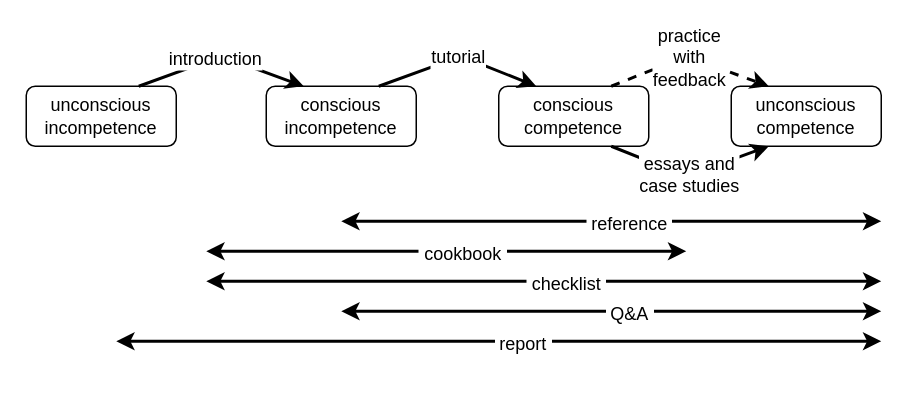
gvwilson/thirdbit keeps this draw.io diagram as files/2019/04/materials.drawio. Above is the earlier version. Source tidied: cells renumbered, new cells numbered last; positions are measured from the earlier drawing's top-left corner, leaving out a move shared by most shapes. Both pictures are drawn from the tidied source at 150%, with x=0, y=0 at pixel (26, 56).
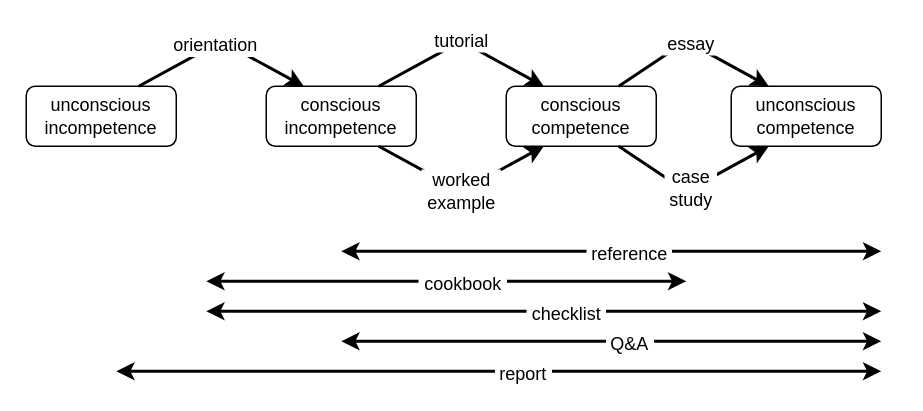
Above is the later version.

Unchanged cells that the change refers to:
```xml
<mxCell id="2" value="unconscious incompetence" style="rounded=1;whiteSpace=wrap;html=1;" parent="1" vertex="1">
  <mxGeometry y="20" width="100" height="40" as="geometry" />
</mxCell>
<mxCell id="3" value="conscious incompetence" style="rounded=1;whiteSpace=wrap;html=1;" parent="1" vertex="1">
  <mxGeometry x="160" y="20" width="100" height="40" as="geometry" />
</mxCell>
<mxCell id="5" value="unconscious competence" style="rounded=1;whiteSpace=wrap;html=1;" parent="1" vertex="1">
  <mxGeometry x="470" y="20" width="100" height="40" as="geometry" />
</mxCell>
```

Diff of the diagram source:
```diff
@@
     <mxCell id="4" value="conscious competence" style="rounded=1;whiteSpace=wrap;html=1;" parent="1" vertex="1">
-      <mxGeometry x="315" y="20" width="100" height="40" as="geometry" />
+      <mxGeometry x="320" y="20" width="100" height="40" as="geometry" />
     </mxCell>
@@
     <mxCell id="6" style="endArrow=classic;html=1;exitX=0.75;exitY=0;exitDx=0;exitDy=0;entryX=0.25;entryY=0;entryDx=0;entryDy=0;strokeWidth=2;" parent="1" edge="1" source="2" target="3">
       <mxGeometry relative="1" as="geometry">
         <Array as="points">
-          <mxPoint x="130" />
+          <mxPoint x="130" y="-10" />
         </Array>
       </mxGeometry>
     </mxCell>
-    <mxCell id="7" value="introduction" style="text;html=1;align=center;verticalAlign=middle;labelBackgroundColor=#ffffff;" parent="6" vertex="1">
+    <mxCell id="7" value="&amp;nbsp;orientation&amp;nbsp;" style="text;html=1;align=center;verticalAlign=middle;labelBackgroundColor=#ffffff;" parent="6" vertex="1">
       <mxGeometry x="-0.07" relative="1" as="geometry" />
     </mxCell>
-    <mxCell id="8" value="&lt;font style=&quot;font-size: 12px&quot;&gt;tutorial&lt;/font&gt;" style="endArrow=classic;html=1;exitX=0.75;exitY=0;exitDx=0;exitDy=0;entryX=0.25;entryY=0;entryDx=0;entryDy=0;strokeWidth=2;" parent="1" edge="1" source="3" target="4">
+    <mxCell id="8" value="&lt;font style=&quot;font-size: 12px&quot;&gt;&amp;nbsp;tutorial&amp;nbsp;&lt;/font&gt;" style="endArrow=classic;html=1;exitX=0.75;exitY=0;exitDx=0;exitDy=0;entryX=0.25;entryY=0;entryDx=0;entryDy=0;strokeWidth=2;" parent="1" edge="1" source="3" target="4">
       <mxGeometry relative="1" as="geometry">
         <Array as="points">
-          <mxPoint x="290" />
+          <mxPoint x="290" y="-10" />
         </Array>
       </mxGeometry>
     </mxCell>
     <mxCell id="9" style="endArrow=classic;startArrow=classic;html=1;strokeWidth=2;" parent="1" edge="1">
       <mxGeometry relative="1" as="geometry">
-        <mxPoint x="210" y="110" as="sourcePoint" />
-        <mxPoint x="570" y="110" as="targetPoint" />
+        <mxPoint x="210" y="130" as="sourcePoint" />
+        <mxPoint x="570" y="130" as="targetPoint" />
       </mxGeometry>
     </mxCell>
@@
     <mxCell id="11" style="endArrow=classic;startArrow=classic;html=1;strokeWidth=2;" parent="1" edge="1">
       <mxGeometry relative="1" as="geometry">
-        <mxPoint x="120" y="130" as="sourcePoint" />
-        <mxPoint x="440" y="130" as="targetPoint" />
+        <mxPoint x="120" y="150" as="sourcePoint" />
+        <mxPoint x="440" y="150" as="targetPoint" />
       </mxGeometry>
     </mxCell>
@@
     <mxCell id="13" style="endArrow=classic;startArrow=classic;html=1;strokeWidth=2;" parent="1" edge="1">
       <mxGeometry relative="1" as="geometry">
-        <mxPoint x="210" y="170" as="sourcePoint" />
-        <mxPoint x="570" y="170" as="targetPoint" />
+        <mxPoint x="210" y="190" as="sourcePoint" />
+        <mxPoint x="570" y="190" as="targetPoint" />
       </mxGeometry>
     </mxCell>
@@
-    <mxCell id="15" value="&lt;font style=&quot;font-size: 12px&quot;&gt;practice&lt;br&gt;with&lt;br&gt;feedback&lt;/font&gt;&lt;br&gt;" style="endArrow=classic;html=1;entryX=0.25;entryY=0;entryDx=0;entryDy=0;exitX=0.75;exitY=0;exitDx=0;exitDy=0;dashed=1;strokeWidth=2;" parent="1" edge="1" source="4" target="5">
+    <mxCell id="15" value="&lt;span style=&quot;font-size: 12px&quot;&gt;&amp;nbsp;essay&amp;nbsp;&lt;/span&gt;&lt;br&gt;" style="endArrow=classic;html=1;entryX=0.25;entryY=0;entryDx=0;entryDy=0;exitX=0.75;exitY=0;exitDx=0;exitDy=0;strokeWidth=2;" parent="1" edge="1" source="4" target="5">
       <mxGeometry relative="1" as="geometry">
         <Array as="points">
-          <mxPoint x="440" />
+          <mxPoint x="440" y="-10" />
         </Array>
       </mxGeometry>
     </mxCell>
-    <mxCell id="16" value="&lt;font style=&quot;font-size: 12px&quot;&gt;essays and&lt;br&gt;case studies&lt;br&gt;&lt;/font&gt;" style="endArrow=classic;html=1;strokeWidth=2;entryX=0.25;entryY=1;entryDx=0;entryDy=0;exitX=0.75;exitY=1;exitDx=0;exitDy=0;" parent="1" edge="1" source="4" target="5">
-      <mxGeometry relative="1" as="geometry">
-        <Array as="points">
-          <mxPoint x="440" y="80" />
-        </Array>
-      </mxGeometry>
-    </mxCell>
     <mxCell id="17" style="endArrow=classic;startArrow=classic;html=1;strokeWidth=2;" parent="1" edge="1">
       <mxGeometry relative="1" as="geometry">
-        <mxPoint x="120" y="150" as="sourcePoint" />
-        <mxPoint x="570" y="150" as="targetPoint" />
+        <mxPoint x="120" y="170" as="sourcePoint" />
+        <mxPoint x="570" y="170" as="targetPoint" />
       </mxGeometry>
     </mxCell>
@@
     <mxCell id="19" style="endArrow=classic;startArrow=classic;html=1;strokeWidth=2;" parent="1" edge="1">
       <mxGeometry relative="1" as="geometry">
-        <mxPoint x="60" y="190" as="sourcePoint" />
-        <mxPoint x="570" y="190" as="targetPoint" />
+        <mxPoint x="60" y="210" as="sourcePoint" />
+        <mxPoint x="570" y="210" as="targetPoint" />
       </mxGeometry>
     </mxCell>
@@
+    <mxCell id="21" value="&lt;font style=&quot;font-size: 12px&quot;&gt;&amp;nbsp;worked&amp;nbsp;&lt;br&gt;&amp;nbsp;example&amp;nbsp;&lt;/font&gt;&lt;br&gt;" style="endArrow=classic;html=1;exitX=0.75;exitY=1;exitDx=0;exitDy=0;entryX=0.25;entryY=1;entryDx=0;entryDy=0;strokeWidth=2;" parent="1" edge="1" source="3" target="4">
+      <mxGeometry relative="1" as="geometry">
+        <Array as="points">
+          <mxPoint x="290" y="90" />
+        </Array>
+      </mxGeometry>
+    </mxCell>
+    <mxCell id="16" value="&lt;font style=&quot;font-size: 12px&quot;&gt;&amp;nbsp;case&amp;nbsp;&lt;br&gt;&amp;nbsp;study&amp;nbsp;&lt;/font&gt;&lt;br&gt;" style="endArrow=classic;html=1;entryX=0.25;entryY=1;entryDx=0;entryDy=0;strokeWidth=2;exitX=0.75;exitY=1;exitDx=0;exitDy=0;" parent="1" edge="1" source="4" target="5">
+      <mxGeometry relative="1" as="geometry">
+        <Array as="points">
+          <mxPoint x="440" y="90" />
+        </Array>
+      </mxGeometry>
+    </mxCell>
```
